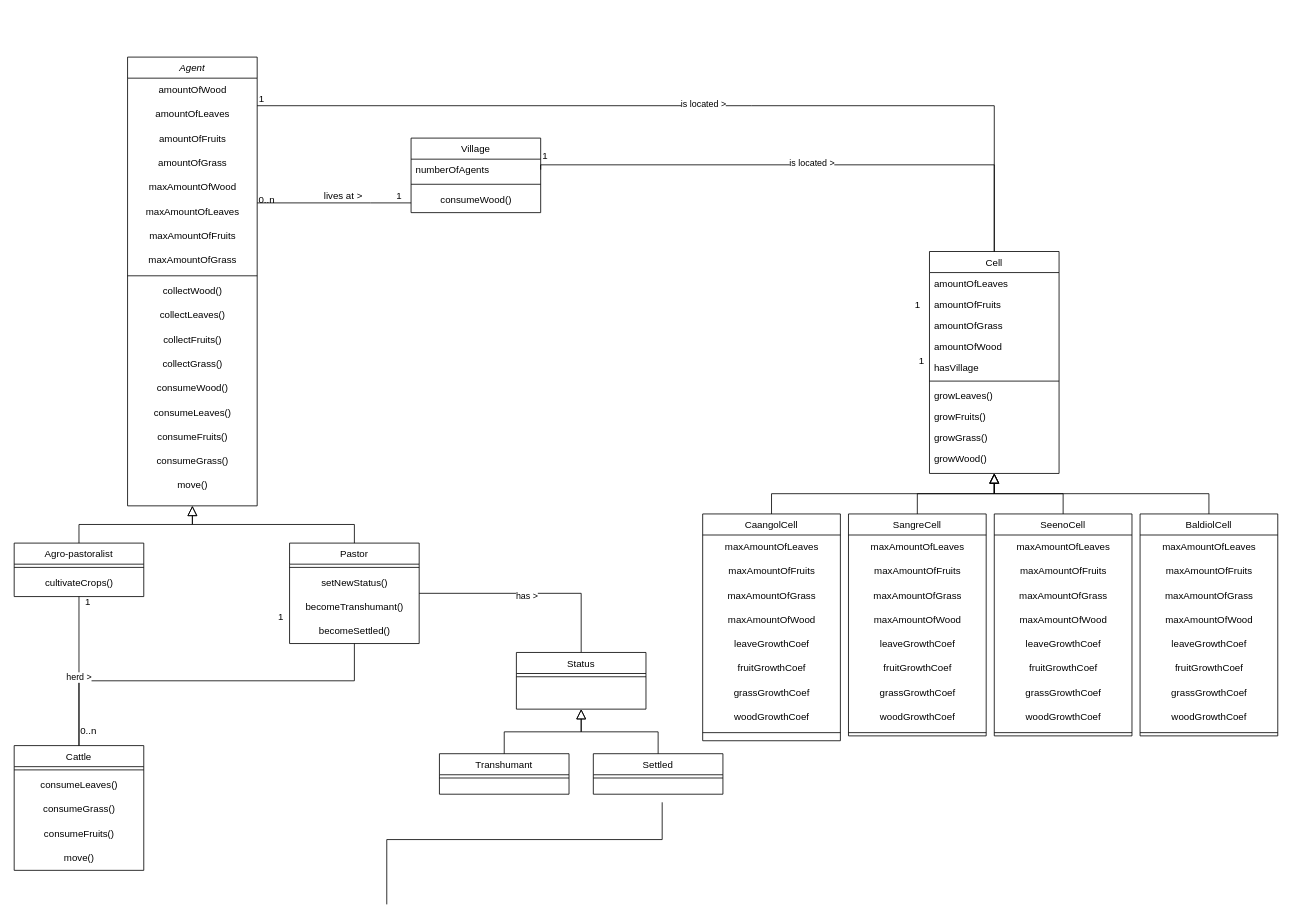
Above: page "Copie de Page-1" (2 of 5) of DundiV0.drawio in panchovdl/DundiModel (draw.io), before the change. Source tidied: cells renumbered, new cells numbered last; positions are measured from the earlier drawing's top-left corner, leaving out a move shared by most shapes. Both pictures are drawn from the tidied source at 81%, with x=0, y=0 at pixel (14, 57).
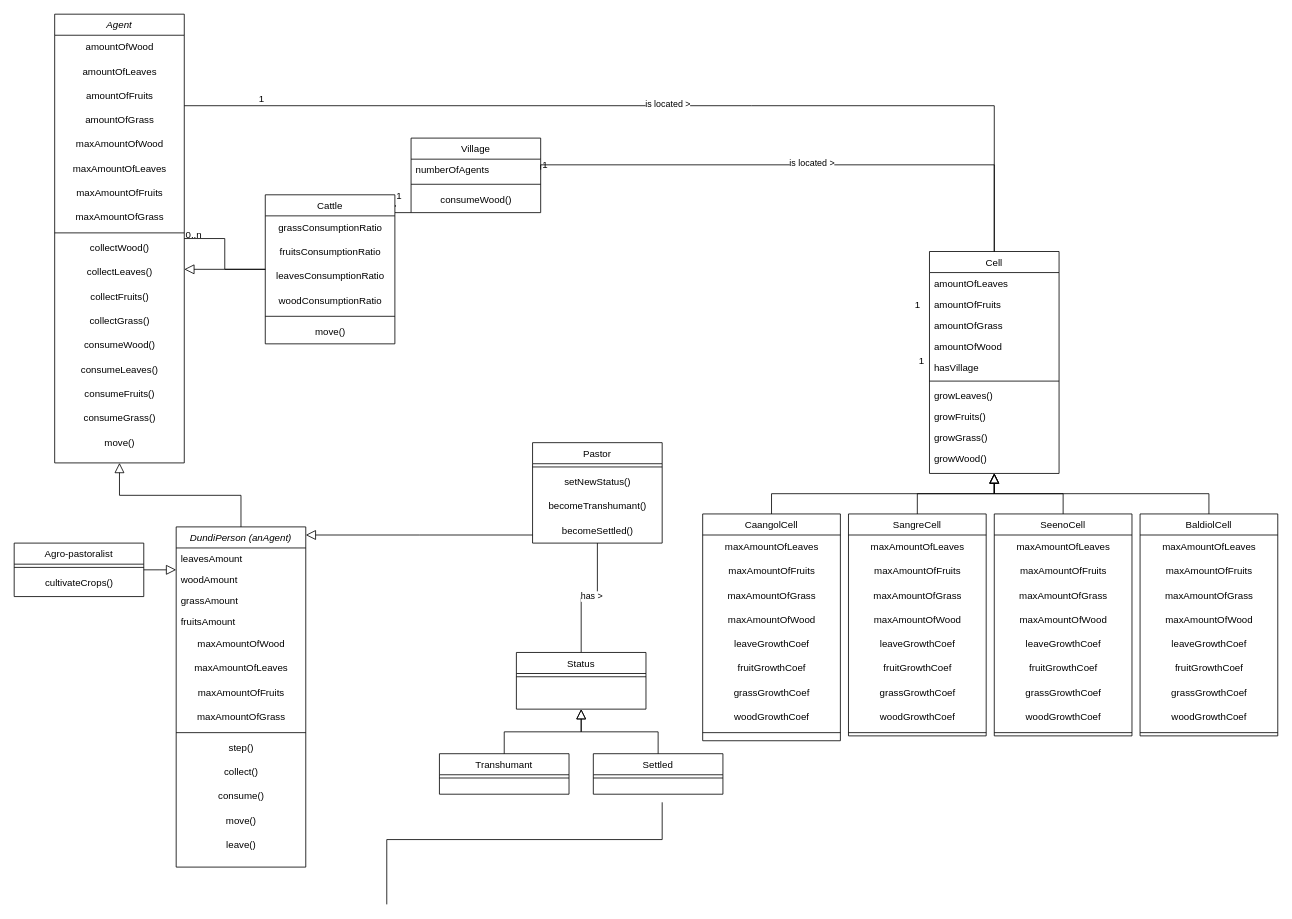
The same diagram, later.

Unchanged cells that the change refers to:
```xml
<mxCell id="21" value="Agro-pastoralist" style="swimlane;fontStyle=0;align=center;verticalAlign=top;horizontal=1;startSize=26;rounded=0;shadow=0;strokeWidth=1;" parent="1" vertex="1">
  <mxGeometry y="600" width="160" height="66" as="geometry" />
</mxCell>
<mxCell id="33" value="Village" style="swimlane;fontStyle=0;align=center;verticalAlign=top;horizontal=1;startSize=26;rounded=0;shadow=0;strokeWidth=1;" parent="1" vertex="1">
  <mxGeometry x="490" y="100" width="160" height="92" as="geometry" />
</mxCell>
```

Diff of the diagram source:
```diff
@@
     <mxCell id="2" value="Agent" style="swimlane;fontStyle=2;align=center;verticalAlign=top;horizontal=1;startSize=26;rounded=0;shadow=0;strokeWidth=1;" parent="1" vertex="1">
-      <mxGeometry x="140" width="160" height="554" as="geometry" />
+      <mxGeometry x="50" y="-53" width="160" height="554" as="geometry" />
     </mxCell>
@@
-    <mxCell id="24" style="endArrow=block;endSize=10;endFill=0;shadow=0;strokeWidth=1;rounded=0;edgeStyle=elbowEdgeStyle;elbow=vertical;" parent="1" edge="1" source="21" target="2">
+    <mxCell id="24" style="endArrow=block;endSize=10;endFill=0;shadow=0;strokeWidth=1;rounded=0;edgeStyle=elbowEdgeStyle;elbow=vertical;" parent="1" edge="1" source="21" target="127">
       <mxGeometry relative="1" as="geometry" />
     </mxCell>
@@
     <mxCell id="27" value="Pastor" style="swimlane;fontStyle=0;align=center;verticalAlign=top;horizontal=1;startSize=26;rounded=0;shadow=0;strokeWidth=1;" parent="1" vertex="1">
-      <mxGeometry x="340" y="600" width="160" height="124" as="geometry" />
+      <mxGeometry x="640" y="476" width="160" height="124" as="geometry" />
     </mxCell>
@@
-    <mxCell id="32" style="endArrow=block;endSize=10;endFill=0;shadow=0;strokeWidth=1;rounded=0;edgeStyle=elbowEdgeStyle;elbow=vertical;" parent="1" edge="1" source="27" target="2">
+    <mxCell id="32" style="endArrow=block;endSize=10;endFill=0;shadow=0;strokeWidth=1;rounded=0;edgeStyle=elbowEdgeStyle;elbow=vertical;" parent="1" edge="1" source="27" target="127">
       <mxGeometry relative="1" as="geometry" />
     </mxCell>
@@
-    <mxCell id="37" style="endArrow=none;html=1;rounded=0;edgeStyle=orthogonalEdgeStyle;" parent="1" edge="1" source="2" target="33">
+    <mxCell id="37" style="endArrow=none;html=1;rounded=0;edgeStyle=orthogonalEdgeStyle;" parent="1" edge="1" source="54" target="33">
       <mxGeometry x="0.5" y="41" relative="1" as="geometry">
         <Array as="points">
           <mxPoint x="440" y="180" />
           <mxPoint x="440" y="180" />
         </Array>
         <mxPoint x="-40" y="32" as="offset" />
       </mxGeometry>
     </mxCell>
-    <mxCell id="38" value="0..n" style="align=left;verticalAlign=bottom;labelBackgroundColor=none;fontSize=12;" parent="37" vertex="1">
-      <mxGeometry x="-1" relative="1" as="geometry">
-        <mxPoint y="4" as="offset" />
-      </mxGeometry>
-    </mxCell>
@@
-    <mxCell id="54" value="Cattle" style="swimlane;fontStyle=0;align=center;verticalAlign=top;horizontal=1;startSize=26;rounded=0;shadow=0;strokeWidth=1;" parent="1" vertex="1">
-      <mxGeometry y="850" width="160" height="154" as="geometry" />
-    </mxCell>
-    <mxCell id="55" style="line;html=1;strokeWidth=1;align=left;verticalAlign=middle;spacingTop=-1;spacingLeft=3;spacingRight=3;labelPosition=right;" parent="54" vertex="1">
-      <mxGeometry y="26" width="160" height="8" as="geometry" />
-    </mxCell>
-    <mxCell id="56" value="&lt;div&gt;consumeLeaves()&lt;/div&gt;" style="text;html=1;align=center;verticalAlign=middle;strokeColor=none;fillColor=none;" parent="54" vertex="1">
-      <mxGeometry y="34" width="160" height="30" as="geometry" />
-    </mxCell>
-    <mxCell id="57" value="&lt;div&gt;consumeGrass()&lt;/div&gt;" style="text;html=1;align=center;verticalAlign=middle;strokeColor=none;fillColor=none;" parent="54" vertex="1">
-      <mxGeometry y="64" width="160" height="30" as="geometry" />
-    </mxCell>
-    <mxCell id="58" value="&lt;div&gt;consumeFruits()&lt;/div&gt;" style="text;html=1;align=center;verticalAlign=middle;strokeColor=none;fillColor=none;" parent="54" vertex="1">
-      <mxGeometry y="94" width="160" height="30" as="geometry" />
-    </mxCell>
-    <mxCell id="59" value="&lt;div&gt;move()&lt;/div&gt;" style="text;html=1;align=center;verticalAlign=middle;strokeColor=none;fillColor=none;" parent="54" vertex="1">
-      <mxGeometry y="124" width="160" height="30" as="geometry" />
-    </mxCell>
@@
-    <mxCell id="63" style="endArrow=none;html=1;rounded=0;edgeStyle=orthogonalEdgeStyle;" parent="1" edge="1" source="27" target="54">
-      <mxGeometry x="0.5" y="41" relative="1" as="geometry">
-        <Array as="points">
-          <mxPoint x="420" y="770" />
-          <mxPoint x="80" y="770" />
-        </Array>
-        <mxPoint x="-40" y="32" as="offset" />
-      </mxGeometry>
-    </mxCell>
-    <mxCell id="64" style="align=left;verticalAlign=bottom;labelBackgroundColor=none;fontSize=12;" parent="63" vertex="1">
-      <mxGeometry x="-1" relative="1" as="geometry">
-        <mxPoint y="4" as="offset" />
-      </mxGeometry>
-    </mxCell>
-    <mxCell id="65" style="endArrow=none;html=1;rounded=0;edgeStyle=orthogonalEdgeStyle;" parent="1" edge="1" source="21" target="54">
-      <mxGeometry x="0.5" y="41" relative="1" as="geometry">
-        <mxPoint x="-40" y="32" as="offset" />
-      </mxGeometry>
-    </mxCell>
-    <mxCell id="66" value="0..n" style="align=left;verticalAlign=bottom;labelBackgroundColor=none;fontSize=12;" parent="65" vertex="1">
-      <mxGeometry x="-1" relative="1" as="geometry">
-        <mxPoint y="174" as="offset" />
-      </mxGeometry>
-    </mxCell>
-    <mxCell id="67" value="1" style="align=right;verticalAlign=bottom;labelBackgroundColor=none;fontSize=12;" parent="65" vertex="1">
-      <mxGeometry x="1" relative="1" as="geometry">
-        <mxPoint x="254" y="-150" as="offset" />
-      </mxGeometry>
-    </mxCell>
-    <mxCell id="68" value="herd &amp;gt;" style="edgeLabel;html=1;align=center;verticalAlign=middle;" parent="65" vertex="1">
-      <mxGeometry x="0.08" y="-1" relative="1" as="geometry" />
-    </mxCell>
-    <mxCell id="69" value="1" style="align=left;verticalAlign=bottom;labelBackgroundColor=none;fontSize=12;direction=north;" parent="1" vertex="1">
-      <mxGeometry x="90" y="680" as="geometry">
-        <mxPoint x="-4" y="1" as="offset" />
-      </mxGeometry>
-    </mxCell>
@@
+    <mxCell id="127" value="DundiPerson (anAgent)" style="swimlane;fontStyle=2;align=center;verticalAlign=top;horizontal=1;startSize=26;rounded=0;shadow=0;strokeWidth=1;" parent="1" vertex="1">
+      <mxGeometry x="200" y="580" width="160" height="420" as="geometry" />
+    </mxCell>
+    <mxCell id="128" value="leavesAmount" style="text;align=left;verticalAlign=top;spacingLeft=4;spacingRight=4;overflow=hidden;" parent="127" vertex="1">
+      <mxGeometry y="26" width="160" height="26" as="geometry" />
+    </mxCell>
+    <mxCell id="129" value="woodAmount" style="text;align=left;verticalAlign=top;spacingLeft=4;spacingRight=4;overflow=hidden;" parent="127" vertex="1">
+      <mxGeometry y="52" width="160" height="26" as="geometry" />
+    </mxCell>
+    <mxCell id="130" value="grassAmount" style="text;align=left;verticalAlign=top;spacingLeft=4;spacingRight=4;overflow=hidden;" parent="127" vertex="1">
+      <mxGeometry y="78" width="160" height="26" as="geometry" />
+    </mxCell>
+    <mxCell id="131" value="fruitsAmount" style="text;align=left;verticalAlign=top;spacingLeft=4;spacingRight=4;overflow=hidden;" parent="127" vertex="1">
+      <mxGeometry y="104" width="160" height="26" as="geometry" />
+    </mxCell>
+    <mxCell id="132" value="maxAmountOfWood" style="text;html=1;align=center;verticalAlign=middle;strokeColor=none;fillColor=none;" parent="127" vertex="1">
+      <mxGeometry y="130" width="160" height="30" as="geometry" />
+    </mxCell>
+    <mxCell id="133" value="maxAmountOfLeaves" style="text;html=1;align=center;verticalAlign=middle;strokeColor=none;fillColor=none;" parent="127" vertex="1">
+      <mxGeometry y="160" width="160" height="30" as="geometry" />
+    </mxCell>
+    <mxCell id="134" value="maxAmountOfFruits" style="text;html=1;align=center;verticalAlign=middle;strokeColor=none;fillColor=none;" parent="127" vertex="1">
+      <mxGeometry y="190" width="160" height="30" as="geometry" />
+    </mxCell>
+    <mxCell id="135" value="maxAmountOfGrass" style="text;html=1;align=center;verticalAlign=middle;strokeColor=none;fillColor=none;" parent="127" vertex="1">
+      <mxGeometry y="220" width="160" height="30" as="geometry" />
+    </mxCell>
+    <mxCell id="136" style="line;html=1;strokeWidth=1;align=left;verticalAlign=middle;spacingTop=-1;spacingLeft=3;spacingRight=3;labelPosition=right;" parent="127" vertex="1">
+      <mxGeometry y="250" width="160" height="8" as="geometry" />
+    </mxCell>
+    <mxCell id="137" value="step()" style="text;html=1;align=center;verticalAlign=middle;strokeColor=none;fillColor=none;" parent="127" vertex="1">
+      <mxGeometry y="258" width="160" height="30" as="geometry" />
+    </mxCell>
+    <mxCell id="138" value="&lt;div&gt;collect()&lt;/div&gt;" style="text;html=1;align=center;verticalAlign=middle;strokeColor=none;fillColor=none;" parent="127" vertex="1">
+      <mxGeometry y="288" width="160" height="30" as="geometry" />
+    </mxCell>
+    <mxCell id="139" value="&lt;div&gt;consume()&lt;/div&gt;" style="text;html=1;align=center;verticalAlign=middle;strokeColor=none;fillColor=none;" parent="127" vertex="1">
+      <mxGeometry y="318" width="160" height="30" as="geometry" />
+    </mxCell>
+    <mxCell id="140" value="&lt;div&gt;move()&lt;/div&gt;" style="text;html=1;align=center;verticalAlign=middle;strokeColor=none;fillColor=none;" parent="127" vertex="1">
+      <mxGeometry y="348" width="160" height="30" as="geometry" />
+    </mxCell>
+    <mxCell id="141" value="&lt;div&gt;leave()&lt;/div&gt;" style="text;html=1;align=center;verticalAlign=middle;strokeColor=none;fillColor=none;" parent="127" vertex="1">
+      <mxGeometry y="378" width="160" height="30" as="geometry" />
+    </mxCell>
+    <mxCell id="142" style="endArrow=block;endSize=10;endFill=0;shadow=0;strokeWidth=1;rounded=0;edgeStyle=elbowEdgeStyle;elbow=vertical;" parent="1" edge="1" source="54" target="2">
+      <mxGeometry relative="1" as="geometry" />
+    </mxCell>
+    <mxCell id="143" style="endArrow=block;endSize=10;endFill=0;shadow=0;strokeWidth=1;rounded=0;edgeStyle=elbowEdgeStyle;elbow=vertical;" parent="1" edge="1" source="127" target="2">
+      <mxGeometry relative="1" as="geometry" />
+    </mxCell>
+    <mxCell id="144" style="endArrow=none;html=1;rounded=0;edgeStyle=orthogonalEdgeStyle;" parent="1" edge="1" source="2" target="54">
+      <mxGeometry x="0.5" y="41" relative="1" as="geometry">
+        <mxPoint x="-40" y="32" as="offset" />
+      </mxGeometry>
+    </mxCell>
+    <mxCell id="145" value="0..n" style="align=left;verticalAlign=bottom;labelBackgroundColor=none;fontSize=12;" parent="144" vertex="1">
+      <mxGeometry x="-1" relative="1" as="geometry">
+        <mxPoint y="4" as="offset" />
+      </mxGeometry>
+    </mxCell>
+    <mxCell id="54" value="Cattle" style="swimlane;fontStyle=0;align=center;verticalAlign=top;horizontal=1;startSize=26;rounded=0;shadow=0;strokeWidth=1;" parent="1" vertex="1">
+      <mxGeometry x="310" y="170" width="160" height="184" as="geometry" />
+    </mxCell>
+    <mxCell id="146" value="&lt;div&gt;grassConsumptionRatio&lt;/div&gt;" style="text;html=1;align=center;verticalAlign=middle;strokeColor=none;fillColor=none;" parent="54" vertex="1">
+      <mxGeometry y="26" width="160" height="30" as="geometry" />
+    </mxCell>
+    <mxCell id="147" value="&lt;div&gt;fruitsConsumptionRatio&lt;/div&gt;" style="text;html=1;align=center;verticalAlign=middle;strokeColor=none;fillColor=none;" parent="54" vertex="1">
+      <mxGeometry y="56" width="160" height="30" as="geometry" />
+    </mxCell>
+    <mxCell id="148" value="&lt;div&gt;leavesConsumptionRatio&lt;/div&gt;" style="text;html=1;align=center;verticalAlign=middle;strokeColor=none;fillColor=none;" parent="54" vertex="1">
+      <mxGeometry y="86" width="160" height="30" as="geometry" />
+    </mxCell>
+    <mxCell id="149" value="&lt;div&gt;woodConsumptionRatio&lt;/div&gt;" style="text;html=1;align=center;verticalAlign=middle;strokeColor=none;fillColor=none;" parent="54" vertex="1">
+      <mxGeometry y="116" width="160" height="30" as="geometry" />
+    </mxCell>
+    <mxCell id="150" style="line;html=1;strokeWidth=1;align=left;verticalAlign=middle;spacingTop=-1;spacingLeft=3;spacingRight=3;labelPosition=right;" parent="54" vertex="1">
+      <mxGeometry y="146" width="160" height="8" as="geometry" />
+    </mxCell>
+    <mxCell id="151" value="&lt;div&gt;move()&lt;/div&gt;" style="text;html=1;align=center;verticalAlign=middle;strokeColor=none;fillColor=none;" parent="54" vertex="1">
+      <mxGeometry y="154" width="160" height="30" as="geometry" />
+    </mxCell>
```
